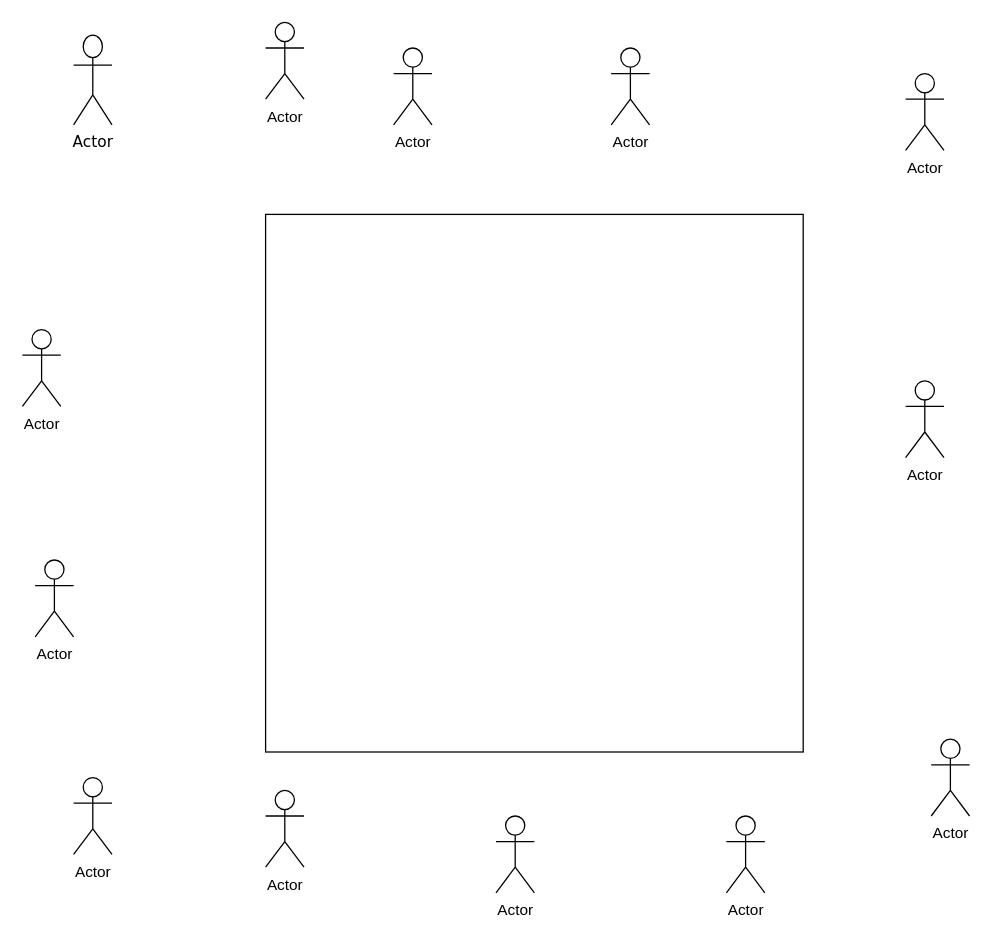
DebasritaS/Sinethemba-Godlo-03 keeps this draw.io diagram as Untitled Diagram.drawio. Above is the earlier version. Source tidied: cells renumbered, new cells numbered last; positions are measured from the earlier drawing's top-left corner, leaving out a move shared by most shapes. Both pictures are drawn from the tidied source at 128%, with x=0, y=0 at pixel (22, 22).
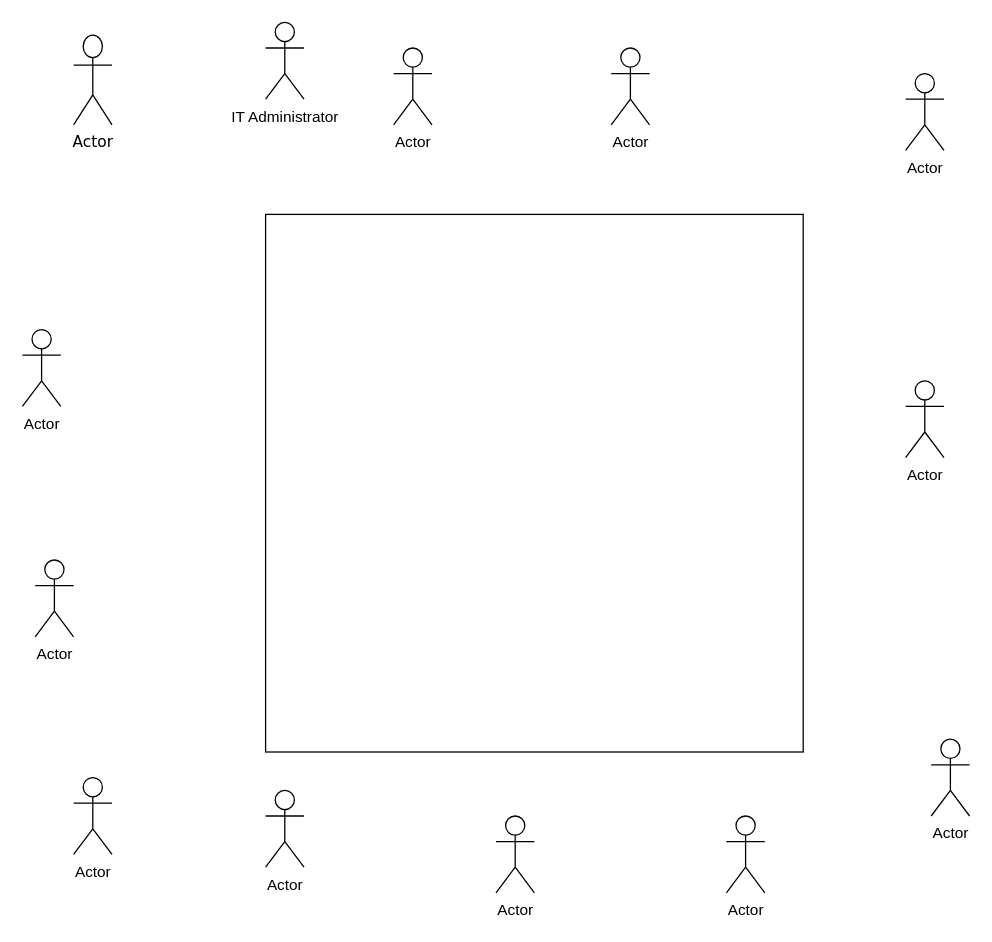
The same page after the edit.

Change to the diagram source:
```diff
@@
 <mxGraphModel>
   <root>
     <mxCell id="0" />
     <mxCell id="1" parent="0" />
     <mxCell id="2" value="Actor" style="shape=umlActor;verticalLabelPosition=bottom;verticalAlign=top;html=1;fontFamily=Verdana;" parent="1" vertex="1">
       <mxGeometry x="40" y="10" width="30" height="70" as="geometry" />
     </mxCell>
     <mxCell id="3" style="whiteSpace=wrap;html=1;" parent="1" vertex="1">
       <mxGeometry x="190" y="150" width="420" height="420" as="geometry" />
     </mxCell>
-    <mxCell id="4" value="Actor" style="shape=umlActor;verticalLabelPosition=bottom;verticalAlign=top;html=1;" parent="1" vertex="1">
+    <mxCell id="4" value="IT Administrator" style="shape=umlActor;verticalLabelPosition=bottom;verticalAlign=top;html=1;" parent="1" vertex="1">
       <mxGeometry x="190" width="30" height="60" as="geometry" />
     </mxCell>
     <mxCell id="5" value="Actor" style="shape=umlActor;verticalLabelPosition=bottom;verticalAlign=top;html=1;" parent="1" vertex="1">
       <mxGeometry x="290" y="20" width="30" height="60" as="geometry" />
     </mxCell>
     <mxCell id="6" value="Actor" style="shape=umlActor;verticalLabelPosition=bottom;verticalAlign=top;html=1;" parent="1" vertex="1">
       <mxGeometry x="40" y="590" width="30" height="60" as="geometry" />
     </mxCell>
     <mxCell id="7" value="Actor" style="shape=umlActor;verticalLabelPosition=bottom;verticalAlign=top;html=1;" parent="1" vertex="1">
       <mxGeometry x="10" y="420" width="30" height="60" as="geometry" />
     </mxCell>
     <mxCell id="8" value="Actor" style="shape=umlActor;verticalLabelPosition=bottom;verticalAlign=top;html=1;" parent="1" vertex="1">
       <mxGeometry x="190" y="600" width="30" height="60" as="geometry" />
     </mxCell>
     <mxCell id="9" value="Actor" style="shape=umlActor;verticalLabelPosition=bottom;verticalAlign=top;html=1;" parent="1" vertex="1">
       <mxGeometry x="550" y="620" width="30" height="60" as="geometry" />
     </mxCell>
     <mxCell id="10" value="Actor" style="shape=umlActor;verticalLabelPosition=bottom;verticalAlign=top;html=1;" parent="1" vertex="1">
       <mxGeometry y="240" width="30" height="60" as="geometry" />
     </mxCell>
     <mxCell id="11" value="Actor" style="shape=umlActor;verticalLabelPosition=bottom;verticalAlign=top;html=1;" parent="1" vertex="1">
       <mxGeometry x="690" y="280" width="30" height="60" as="geometry" />
     </mxCell>
     <mxCell id="12" value="Actor" style="shape=umlActor;verticalLabelPosition=bottom;verticalAlign=top;html=1;" parent="1" vertex="1">
       <mxGeometry x="370" y="620" width="30" height="60" as="geometry" />
     </mxCell>
     <mxCell id="13" value="Actor" style="shape=umlActor;verticalLabelPosition=bottom;verticalAlign=top;html=1;" parent="1" vertex="1">
       <mxGeometry x="690" y="40" width="30" height="60" as="geometry" />
     </mxCell>
     <mxCell id="14" value="Actor" style="shape=umlActor;verticalLabelPosition=bottom;verticalAlign=top;html=1;" parent="1" vertex="1">
       <mxGeometry x="460" y="20" width="30" height="60" as="geometry" />
     </mxCell>
     <mxCell id="15" value="Actor" style="shape=umlActor;verticalLabelPosition=bottom;verticalAlign=top;html=1;" parent="1" vertex="1">
       <mxGeometry x="710" y="560" width="30" height="60" as="geometry" />
     </mxCell>
   </root>
 </mxGraphModel>
```
